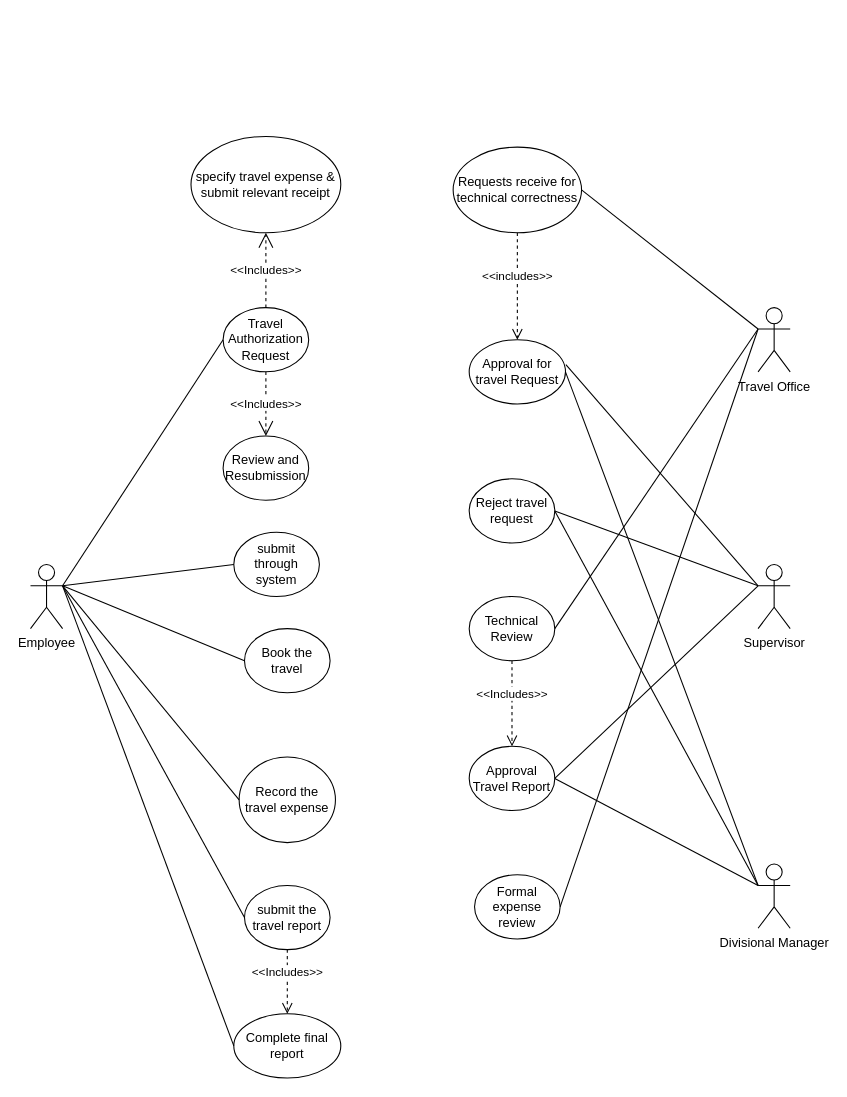
This is Untitled Diagram.drawio from JayNguyen1511/Node-Modules-Assignment3, a draw.io file, before an edit. Source tidied: cells renumbered, new cells numbered last; positions are measured from the earlier drawing's top-left corner, leaving out a move shared by most shapes. Both pictures are drawn from the tidied source at 107%, with x=0, y=0 at pixel (30, 136).
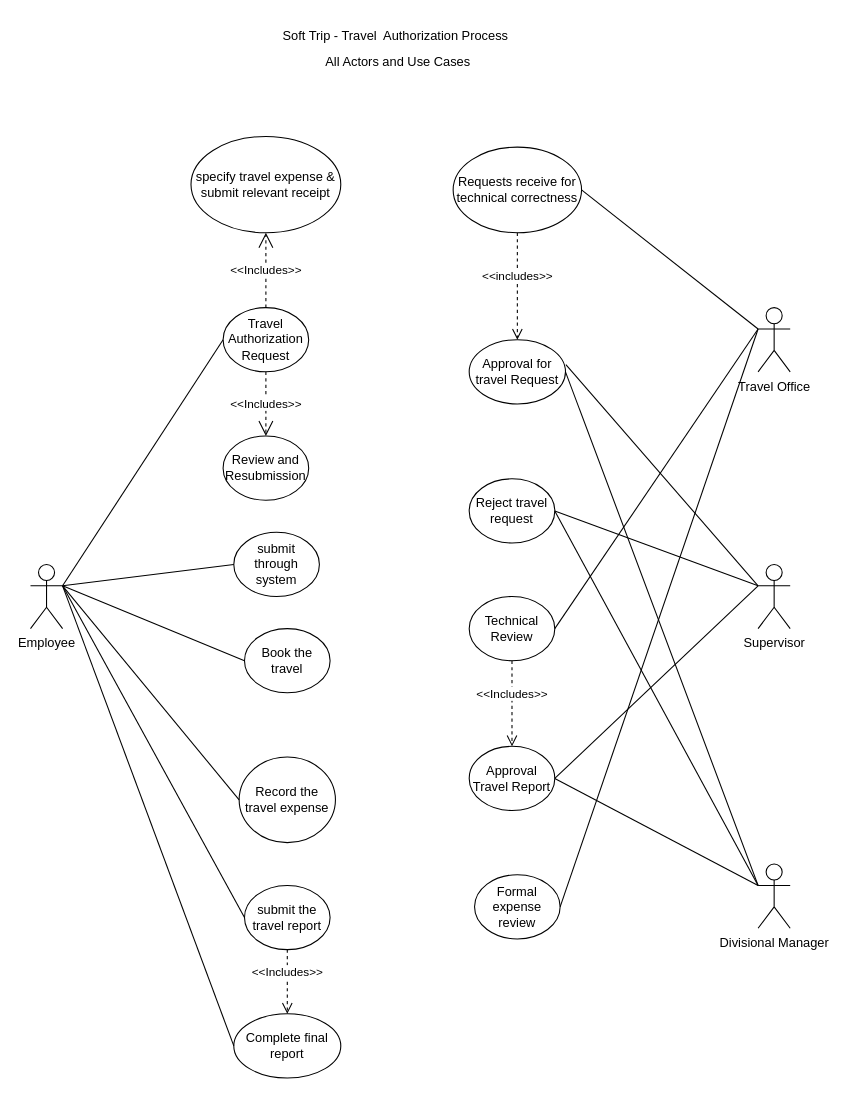
The same diagram, later.

The edit, as a diff of the source:
```diff
@@
+    <mxCell id="40" value="Soft Trip - Travel  Authorization Process" style="text;strokeColor=none;fillColor=none;align=left;verticalAlign=middle;spacingLeft=4;spacingRight=4;overflow=hidden;" parent="1" vertex="1">
+      <mxGeometry x="230" y="-110" width="260" height="30" as="geometry" />
+    </mxCell>
+    <mxCell id="41" value="All Actors and Use Cases" style="text;strokeColor=none;fillColor=none;align=left;verticalAlign=middle;spacingLeft=4;spacingRight=4;overflow=hidden;" parent="1" vertex="1">
+      <mxGeometry x="270" y="-90" width="190" height="40" as="geometry" />
+    </mxCell>
```
